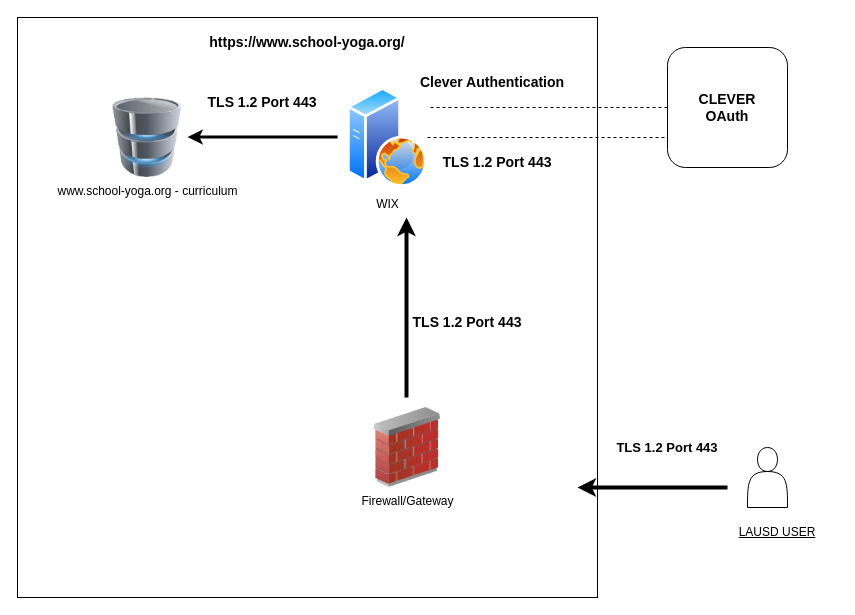
Before: lausd-diagram.drawio in chadelofson/diagrams, a draw.io diagram. Source tidied: cells renumbered, new cells numbered last; positions are measured from the earlier drawing's top-left corner, leaving out a move shared by most shapes. Both pictures are drawn from the tidied source at 100%, with x=0, y=0 at pixel (17, 17).
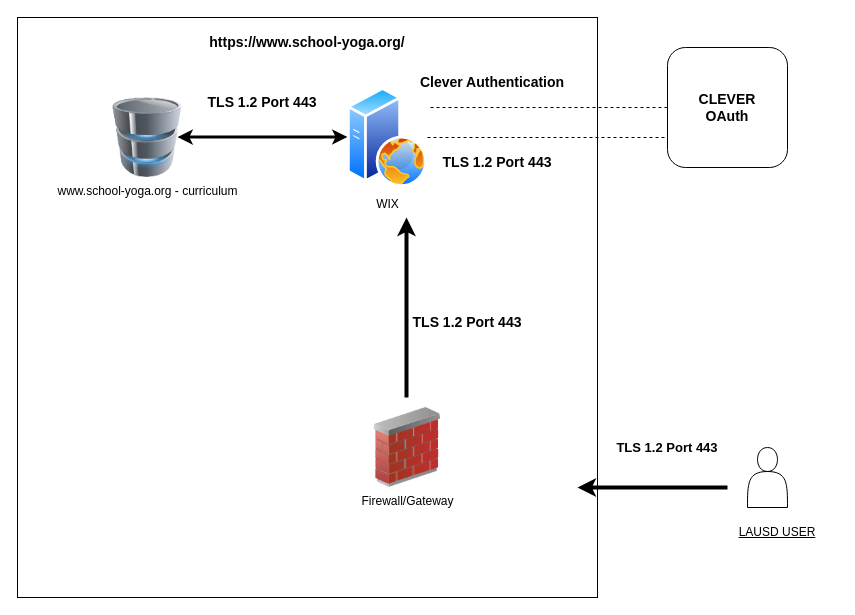
The same diagram, later.

Change to the diagram source:
```diff
@@
-    <mxCell id="19" style="endArrow=classic;html=1;rounded=0;entryX=0.017;entryY=0.724;entryDx=0;entryDy=0;entryPerimeter=0;strokeWidth=3;" parent="1" edge="1">
-      <mxGeometry relative="1" as="geometry">
-        <mxPoint x="320.1" y="119.6" as="sourcePoint" />
-        <mxPoint x="170" y="119.5" as="targetPoint" />
-      </mxGeometry>
-    </mxCell>
+    <mxCell id="20" style="endArrow=classic;startArrow=classic;html=1;rounded=0;entryX=0.362;entryY=0.655;entryDx=0;entryDy=0;entryPerimeter=0;strokeWidth=3;" parent="1" edge="1">
+      <mxGeometry relative="1" as="geometry">
+        <mxPoint x="160" y="119.6" as="sourcePoint" />
+        <mxPoint x="330" y="119.5" as="targetPoint" />
+      </mxGeometry>
+    </mxCell>
```
